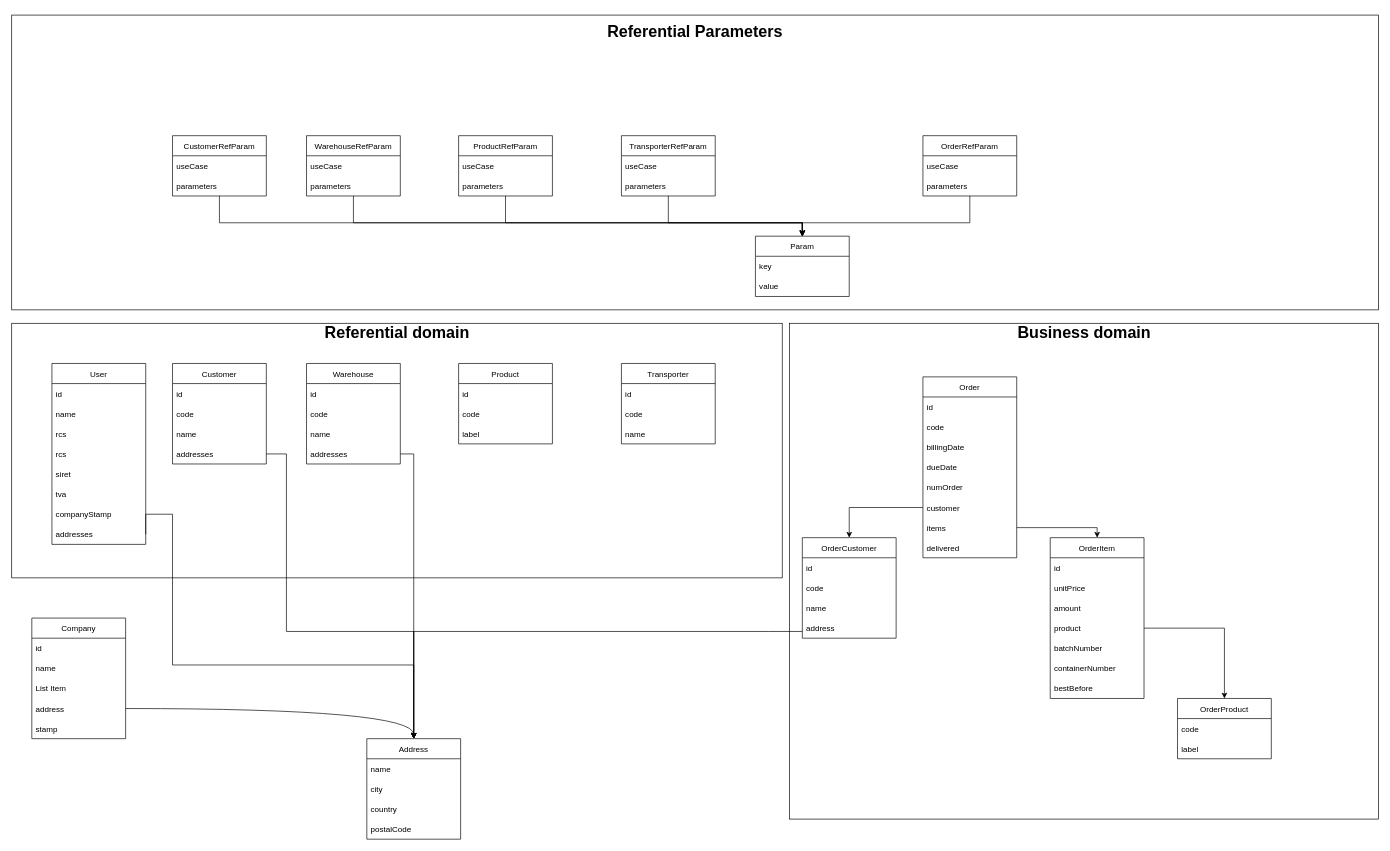
Lokicoule/facthub keeps this draw.io diagram as page "global" (1 of 4) of docs/data-model.dio. Above is the earlier version. Source tidied: cells renumbered, new cells numbered last; positions are measured from the earlier drawing's top-left corner, leaving out a move shared by most shapes. Both pictures are drawn from the tidied source at 67%, with x=0, y=0 at pixel (11, 15).
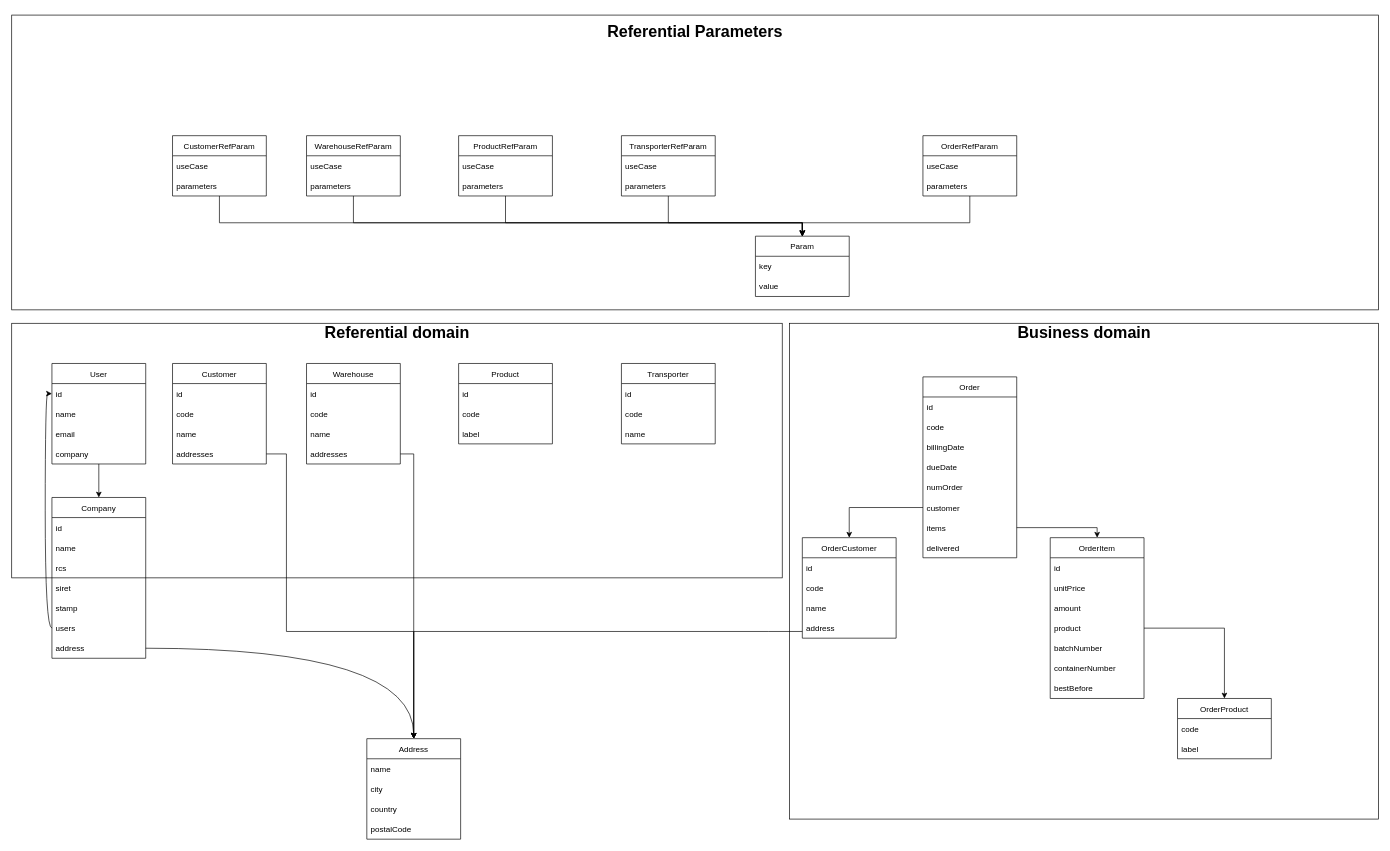
After the change.

Commit message:
docs(data-model) : third iteration

The change refers to these unchanged cells:
```xml
<mxCell id="5" value="id" style="text;strokeColor=none;fillColor=none;align=left;verticalAlign=middle;spacingLeft=4;spacingRight=4;overflow=hidden;points=[[0,0.5],[1,0.5]];portConstraint=eastwest;" parent="4" vertex="1">
  <mxGeometry y="30" width="140" height="30" as="geometry" />
</mxCell>
<mxCell id="26" value="Address" style="swimlane;fontStyle=0;horizontal=1;startSize=30;" parent="1" vertex="1">
  <mxGeometry x="530" y="1080" width="140" height="150" as="geometry" />
</mxCell>
```

Diff of the diagram source:
```diff
@@
     <mxCell id="4" value="User" style="swimlane;fontStyle=0;horizontal=1;startSize=30;" parent="1" vertex="1">
-      <mxGeometry x="60" y="520" width="140" height="270" as="geometry" />
+      <mxGeometry x="60" y="520" width="140" height="150" as="geometry" />
     </mxCell>
@@
+    <mxCell id="102" value="email" style="text;strokeColor=none;fillColor=none;align=left;verticalAlign=middle;spacingLeft=4;spacingRight=4;overflow=hidden;" parent="4" vertex="1">
+      <mxGeometry y="90" width="140" height="30" as="geometry" />
+    </mxCell>
-    <mxCell id="7" value="rcs" style="text;strokeColor=none;fillColor=none;align=left;verticalAlign=middle;spacingLeft=4;spacingRight=4;overflow=hidden;points=[[0,0.5],[1,0.5]];portConstraint=eastwest;" parent="4" vertex="1">
-      <mxGeometry y="90" width="140" height="30" as="geometry" />
+    <mxCell id="7" value="company" style="text;strokeColor=none;fillColor=none;align=left;verticalAlign=middle;spacingLeft=4;spacingRight=4;overflow=hidden;points=[[0,0.5],[1,0.5]];portConstraint=eastwest;" parent="4" vertex="1">
+      <mxGeometry y="120" width="140" height="30" as="geometry" />
     </mxCell>
-    <mxCell id="8" value="rcs" style="text;strokeColor=none;fillColor=none;align=left;verticalAlign=middle;spacingLeft=4;spacingRight=4;overflow=hidden;" parent="4" vertex="1">
-      <mxGeometry y="120" width="140" height="30" as="geometry" />
-    </mxCell>
-    <mxCell id="9" value="siret" style="text;strokeColor=none;fillColor=none;align=left;verticalAlign=middle;spacingLeft=4;spacingRight=4;overflow=hidden;" parent="4" vertex="1">
-      <mxGeometry y="150" width="140" height="30" as="geometry" />
-    </mxCell>
-    <mxCell id="10" value="tva" style="text;strokeColor=none;fillColor=none;align=left;verticalAlign=middle;spacingLeft=4;spacingRight=4;overflow=hidden;" parent="4" vertex="1">
-      <mxGeometry y="180" width="140" height="30" as="geometry" />
-    </mxCell>
-    <mxCell id="11" value="companyStamp" style="text;strokeColor=none;fillColor=none;align=left;verticalAlign=middle;spacingLeft=4;spacingRight=4;overflow=hidden;" parent="4" vertex="1">
-      <mxGeometry y="210" width="140" height="30" as="geometry" />
-    </mxCell>
-    <mxCell id="12" value="addresses" style="text;strokeColor=none;fillColor=none;align=left;verticalAlign=middle;spacingLeft=4;spacingRight=4;overflow=hidden;points=[[0,0.5],[1,0.5]];portConstraint=eastwest;" parent="4" vertex="1">
-      <mxGeometry y="240" width="140" height="30" as="geometry" />
-    </mxCell>
@@
-    <mxCell id="67" style="edgeStyle=orthogonalEdgeStyle;rounded=0;html=1;exitX=1;exitY=0.5;exitDx=0;exitDy=0;entryX=0.5;entryY=0;entryDx=0;entryDy=0;" parent="1" edge="1" source="12" target="26">
-      <mxGeometry relative="1" as="geometry">
-        <Array as="points">
-          <mxPoint x="240" y="745" />
-          <mxPoint x="240" y="970" />
-          <mxPoint x="600" y="970" />
-        </Array>
-      </mxGeometry>
-    </mxCell>
@@
     <mxCell id="95" value="Company" style="swimlane;fontStyle=0;horizontal=1;startSize=30;" parent="1" vertex="1">
-      <mxGeometry x="30" y="900" width="140" height="180" as="geometry" />
+      <mxGeometry x="60" y="720" width="140" height="240" as="geometry" />
     </mxCell>
@@
-    <mxCell id="98" value="List Item" style="text;strokeColor=none;fillColor=none;align=left;verticalAlign=middle;spacingLeft=4;spacingRight=4;overflow=hidden;" parent="95" vertex="1">
+    <mxCell id="98" value="rcs" style="text;strokeColor=none;fillColor=none;align=left;verticalAlign=middle;spacingLeft=4;spacingRight=4;overflow=hidden;" parent="95" vertex="1">
       <mxGeometry y="90" width="140" height="30" as="geometry" />
     </mxCell>
+    <mxCell id="9" value="siret" style="text;strokeColor=none;fillColor=none;align=left;verticalAlign=middle;spacingLeft=4;spacingRight=4;overflow=hidden;" parent="95" vertex="1">
+      <mxGeometry y="120" width="140" height="30" as="geometry" />
+    </mxCell>
+    <mxCell id="100" value="stamp" style="text;strokeColor=none;fillColor=none;align=left;verticalAlign=middle;spacingLeft=4;spacingRight=4;overflow=hidden;" parent="95" vertex="1">
+      <mxGeometry y="150" width="140" height="30" as="geometry" />
+    </mxCell>
+    <mxCell id="103" value="users" style="text;strokeColor=none;fillColor=none;align=left;verticalAlign=middle;spacingLeft=4;spacingRight=4;overflow=hidden;points=[[0,0.5],[1,0.5]];portConstraint=eastwest;" parent="95" vertex="1">
+      <mxGeometry y="180" width="140" height="30" as="geometry" />
+    </mxCell>
     <mxCell id="99" value="address" style="text;strokeColor=none;fillColor=none;align=left;verticalAlign=middle;spacingLeft=4;spacingRight=4;overflow=hidden;points=[[0,0.5],[1,0.5]];portConstraint=eastwest;" parent="95" vertex="1">
-      <mxGeometry y="120" width="140" height="30" as="geometry" />
+      <mxGeometry y="210" width="140" height="30" as="geometry" />
     </mxCell>
-    <mxCell id="100" value="stamp" style="text;strokeColor=none;fillColor=none;align=left;verticalAlign=middle;spacingLeft=4;spacingRight=4;overflow=hidden;" parent="95" vertex="1">
-      <mxGeometry y="150" width="140" height="30" as="geometry" />
-    </mxCell>
@@
+    <mxCell id="104" style="edgeStyle=none;html=1;entryX=0.5;entryY=0;entryDx=0;entryDy=0;" parent="1" edge="1" source="7" target="95">
+      <mxGeometry relative="1" as="geometry" />
+    </mxCell>
+    <mxCell id="105" style="edgeStyle=orthogonalEdgeStyle;html=1;entryX=0;entryY=0.5;entryDx=0;entryDy=0;curved=1;" parent="1" edge="1" source="103" target="5">
+      <mxGeometry relative="1" as="geometry" />
+    </mxCell>
```
